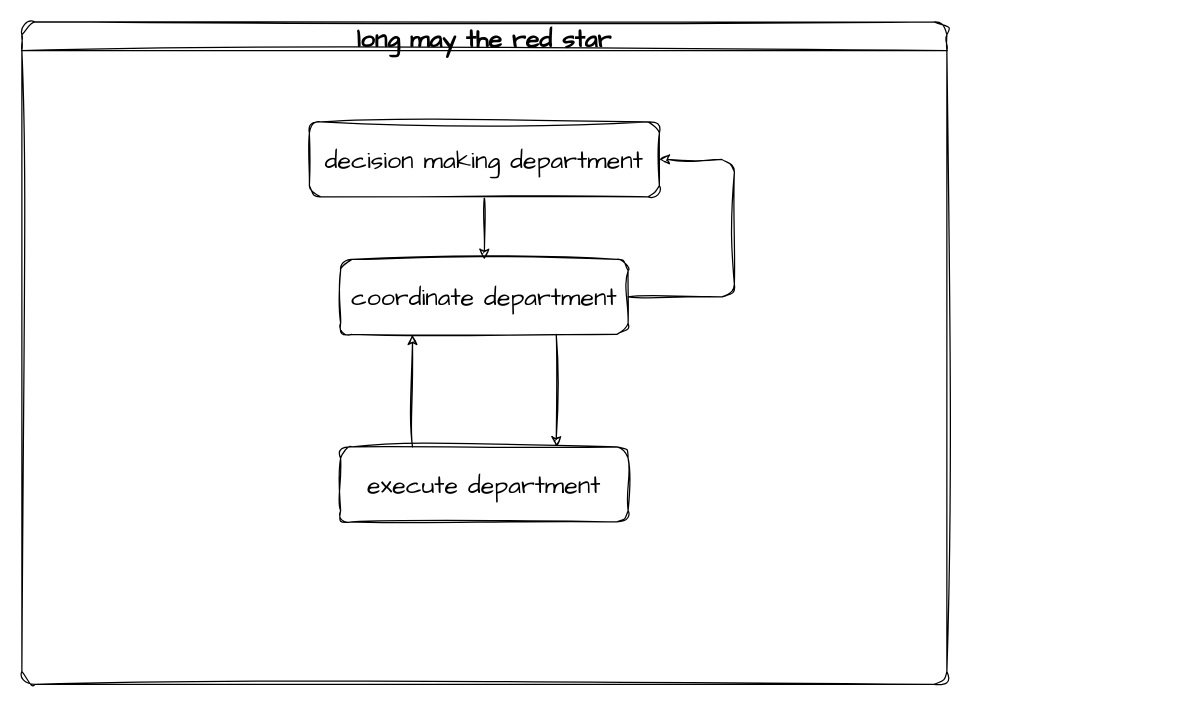
Above: long_may_the_redstar.drawio in changye01/darwio (draw.io), before the change. Source tidied: cells renumbered, new cells numbered last; positions are measured from the earlier drawing's top-left corner, leaving out a move shared by most shapes. Both pictures are drawn from the tidied source at 125%, with x=0, y=0 at pixel (21, 21).
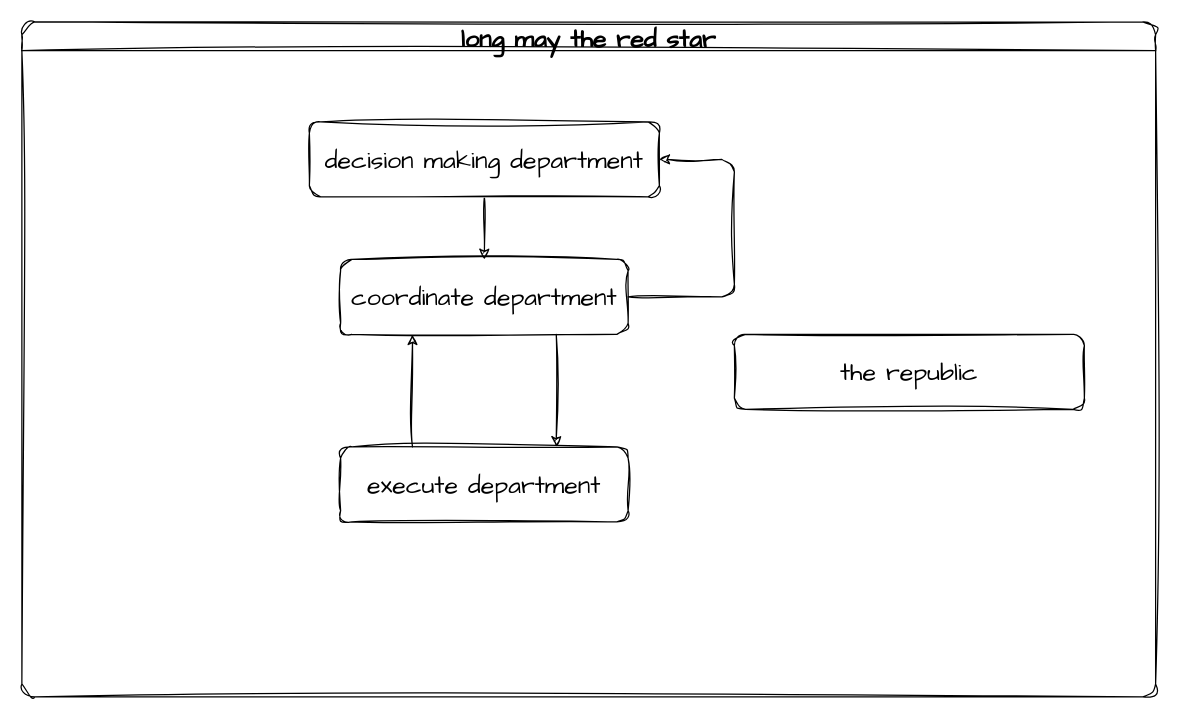
The same page after the edit.

The edit, as a diff of the source:
```diff
@@
 <mxGraphModel>
   <root>
     <mxCell id="0" />
     <mxCell id="1" parent="0" />
     <mxCell id="2" value="long may the red star" style="swimlane;sketch=1;hachureGap=4;jiggle=2;curveFitting=1;fontFamily=Architects Daughter;fontSize=20;rounded=1;" parent="1" vertex="1">
-      <mxGeometry width="740" height="530" as="geometry" />
+      <mxGeometry width="907" height="540" as="geometry" />
     </mxCell>
     <mxCell id="3" style="edgeStyle=elbowEdgeStyle;rounded=1;sketch=1;hachureGap=4;jiggle=2;curveFitting=1;jumpStyle=arc;jettySize=auto;elbow=vertical;html=1;startArrow=none;endArrow=classic;strokeColor=default;fontFamily=Architects Daughter;fontSize=16;fillColor=none;endFill=1;" parent="2" edge="1" source="4" target="7">
       <mxGeometry relative="1" as="geometry" />
     </mxCell>
     <mxCell id="4" value="decision making department" style="whiteSpace=wrap;html=1;align=center;newEdgeStyle={&quot;edgeStyle&quot;:&quot;elbowEdgeStyle&quot;,&quot;startArrow&quot;:&quot;none&quot;,&quot;endArrow&quot;:&quot;none&quot;};sketch=1;hachureGap=4;jiggle=2;curveFitting=1;fontFamily=Architects Daughter;fontSize=20;rounded=1;" parent="2" vertex="1">
       <mxGeometry x="230" y="80" width="280" height="60" as="geometry" />
     </mxCell>
     <mxCell id="5" style="edgeStyle=elbowEdgeStyle;rounded=1;sketch=1;hachureGap=4;jiggle=2;curveFitting=1;jumpStyle=arc;jettySize=auto;elbow=vertical;html=1;startArrow=none;endArrow=classic;entryX=1;entryY=0.5;entryDx=0;entryDy=0;strokeColor=default;fontFamily=Architects Daughter;fontSize=16;fillColor=none;exitX=1;exitY=0.5;exitDx=0;exitDy=0;endFill=1;" parent="2" edge="1" source="7" target="4">
       <mxGeometry relative="1" as="geometry">
         <Array as="points">
           <mxPoint x="570" y="270" />
         </Array>
       </mxGeometry>
     </mxCell>
     <mxCell id="6" style="edgeStyle=elbowEdgeStyle;rounded=1;sketch=1;hachureGap=4;jiggle=2;curveFitting=1;jumpStyle=arc;jettySize=auto;elbow=vertical;html=1;startArrow=none;endArrow=classic;exitX=0.75;exitY=1;exitDx=0;exitDy=0;entryX=0.75;entryY=0;entryDx=0;entryDy=0;strokeColor=default;fontFamily=Architects Daughter;fontSize=16;fillColor=none;endFill=1;" parent="2" edge="1" source="7" target="9">
       <mxGeometry relative="1" as="geometry" />
     </mxCell>
     <mxCell id="7" value="coordinate department" style="whiteSpace=wrap;html=1;align=center;newEdgeStyle={&quot;edgeStyle&quot;:&quot;elbowEdgeStyle&quot;,&quot;startArrow&quot;:&quot;none&quot;,&quot;endArrow&quot;:&quot;none&quot;};sketch=1;hachureGap=4;jiggle=2;curveFitting=1;fontFamily=Architects Daughter;fontSize=20;rounded=1;" parent="2" vertex="1">
       <mxGeometry x="255" y="190" width="230" height="60" as="geometry" />
     </mxCell>
     <mxCell id="8" style="edgeStyle=elbowEdgeStyle;rounded=1;sketch=1;hachureGap=4;jiggle=2;curveFitting=1;jumpStyle=arc;jettySize=auto;elbow=vertical;html=1;startArrow=none;endArrow=classic;exitX=0.25;exitY=0;exitDx=0;exitDy=0;entryX=0.25;entryY=1;entryDx=0;entryDy=0;strokeColor=default;fontFamily=Architects Daughter;fontSize=16;fillColor=none;endFill=1;" parent="2" edge="1" source="9" target="7">
       <mxGeometry relative="1" as="geometry" />
     </mxCell>
     <mxCell id="9" value="execute department" style="whiteSpace=wrap;html=1;align=center;newEdgeStyle={&quot;edgeStyle&quot;:&quot;elbowEdgeStyle&quot;,&quot;startArrow&quot;:&quot;none&quot;,&quot;endArrow&quot;:&quot;none&quot;};sketch=1;hachureGap=4;jiggle=2;curveFitting=1;fontFamily=Architects Daughter;fontSize=20;rounded=1;" parent="2" vertex="1">
       <mxGeometry x="255" y="340" width="230" height="60" as="geometry" />
     </mxCell>
+    <mxCell id="10" value="the republic" style="whiteSpace=wrap;html=1;align=center;newEdgeStyle={&quot;edgeStyle&quot;:&quot;elbowEdgeStyle&quot;,&quot;startArrow&quot;:&quot;none&quot;,&quot;endArrow&quot;:&quot;none&quot;};sketch=1;hachureGap=4;jiggle=2;curveFitting=1;fontFamily=Architects Daughter;fontSize=20;rounded=1;" parent="2" vertex="1">
+      <mxGeometry x="570" y="250" width="280" height="60" as="geometry" />
+    </mxCell>
   </root>
 </mxGraphModel>
```
